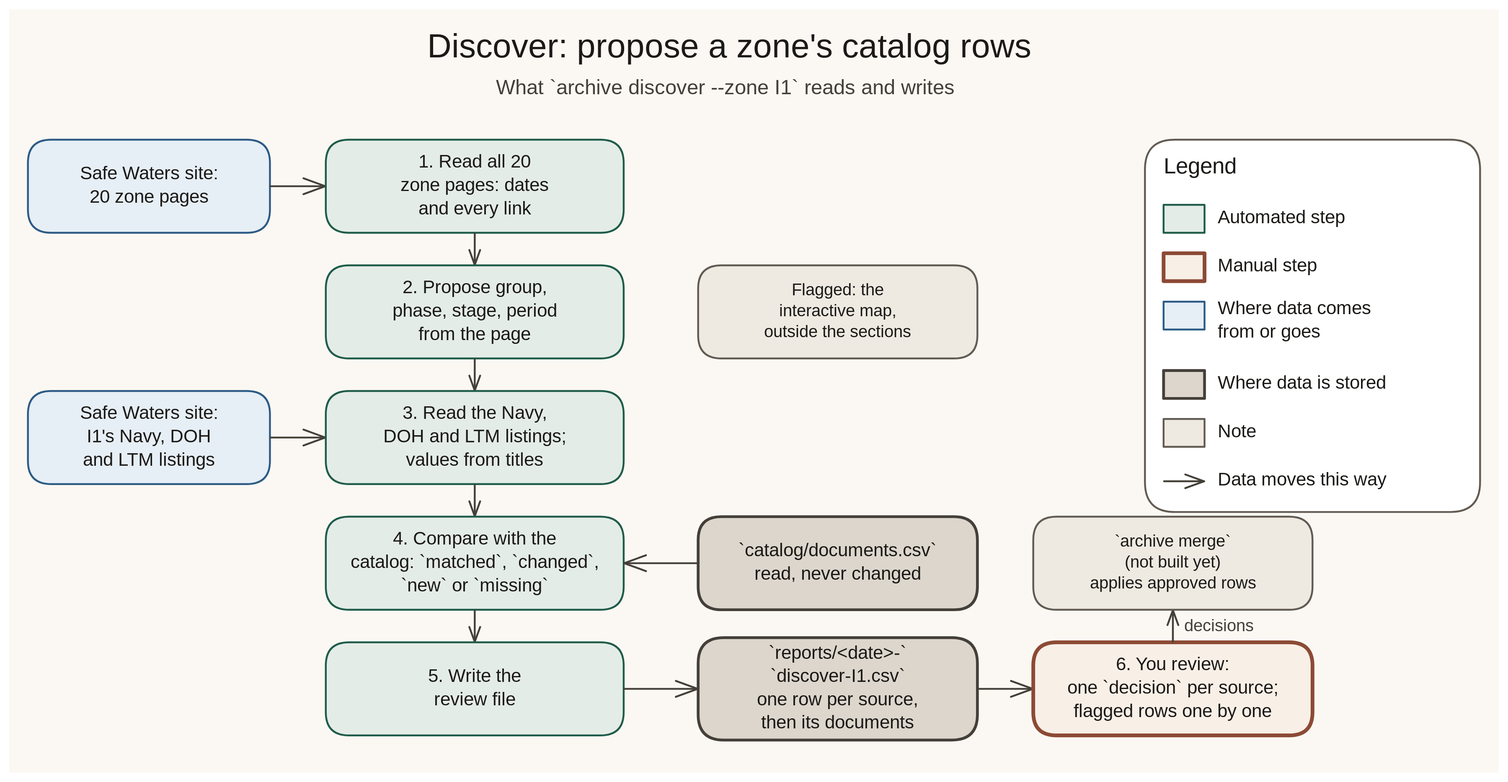
Before: docs/diagrams/svgs/archive-discover.excalidraw.svg, a diagram exported from Excalidraw (alemarieceria/jbphh-dw-archive-pipeline). Source tidied: one line per element, renumbered; positions are measured from the earlier drawing's top-left corner, leaving out a move shared by most shapes. Source of this version:
```json
{"id": 0, "type": "rectangle", "strokeColor": "transparent", "backgroundColor": "#fbf8f3", "fillStyle": "solid", "strokeWidth": 2, "roughness": 0, "x": 0, "y": 0, "width": 1600, "height": 820}
{"id": 1, "type": "text", "text": "Discover: propose a zone's catalog rows", "strokeColor": "#1c1a17", "strokeWidth": 2, "roughness": 0, "fontSize": 36, "fontFamily": 5, "x": 449, "y": 20, "width": 631, "height": 45}
{"id": 2, "type": "text", "text": "What `archive discover --zone I1` reads and writes", "strokeColor": "#443f38", "strokeWidth": 2, "roughness": 0, "fontSize": 22, "fontFamily": 5, "x": 523, "y": 72, "width": 482, "height": 28}
{"id": 3, "type": "rectangle", "strokeColor": "#625b53", "backgroundColor": "#ffffff", "fillStyle": "solid", "strokeWidth": 2, "roughness": 0, "round": true, "x": 1220, "y": 140, "width": 360, "height": 400}
{"id": 4, "type": "text", "text": "Legend", "strokeColor": "#1c1a17", "strokeWidth": 2, "roughness": 0, "fontSize": 24, "fontFamily": 5, "x": 1240, "y": 155, "width": 78, "height": 30}
{"id": 5, "type": "rectangle", "strokeColor": "#1f5c4a", "backgroundColor": "#e4ece7", "fillStyle": "solid", "strokeWidth": 2, "roughness": 0, "x": 1240, "y": 210, "width": 44, "height": 30}
{"id": 6, "type": "text", "text": "Automated step", "strokeColor": "#1c1a17", "strokeWidth": 2, "roughness": 0, "fontSize": 20, "fontFamily": 5, "x": 1298, "y": 212, "width": 142, "height": 25}
{"id": 7, "type": "rectangle", "strokeColor": "#8c4a35", "backgroundColor": "#f8efe7", "fillStyle": "solid", "strokeWidth": 4, "roughness": 0, "x": 1240, "y": 262, "width": 44, "height": 30}
{"id": 8, "type": "text", "text": "Manual step", "strokeColor": "#1c1a17", "strokeWidth": 2, "roughness": 0, "fontSize": 20, "fontFamily": 5, "x": 1298, "y": 264, "width": 109, "height": 25}
{"id": 9, "type": "rectangle", "strokeColor": "#2d5b85", "backgroundColor": "#e6eef6", "fillStyle": "solid", "strokeWidth": 2, "roughness": 0, "x": 1240, "y": 314, "width": 44, "height": 30}
{"id": 10, "type": "text", "text": "Where data comes\nfrom or goes", "strokeColor": "#1c1a17", "strokeWidth": 2, "roughness": 0, "fontSize": 20, "fontFamily": 5, "x": 1298, "y": 310, "width": 165, "height": 50}
{"id": 11, "type": "rectangle", "strokeColor": "#443f38", "backgroundColor": "#dcd6cc", "fillStyle": "solid", "strokeWidth": 3, "roughness": 0, "x": 1240, "y": 388, "width": 44, "height": 30}
{"id": 12, "type": "text", "text": "Where data is stored", "strokeColor": "#1c1a17", "strokeWidth": 2, "roughness": 0, "fontSize": 20, "fontFamily": 5, "x": 1298, "y": 390, "width": 182, "height": 25}
{"id": 13, "type": "rectangle", "strokeColor": "#625b53", "backgroundColor": "#eeeae2", "fillStyle": "solid", "strokeWidth": 2, "roughness": 0, "x": 1240, "y": 440, "width": 44, "height": 30}
{"id": 14, "type": "text", "text": "Note", "strokeColor": "#1c1a17", "strokeWidth": 2, "roughness": 0, "fontSize": 20, "fontFamily": 5, "x": 1298, "y": 442, "width": 44, "height": 25}
{"id": 15, "type": "arrow", "strokeColor": "#443f38", "strokeWidth": 2, "roughness": 0, "endArrowhead": "arrow", "x": 1240, "y": 507, "width": 43, "height": 0, "points": [[0, 0], [43, 0]]}
{"id": 16, "type": "text", "text": "Data moves this way", "strokeColor": "#1c1a17", "strokeWidth": 2, "roughness": 0, "fontSize": 20, "fontFamily": 5, "x": 1298, "y": 494, "width": 181, "height": 25}
{"id": 17, "type": "rectangle", "strokeColor": "#2d5b85", "backgroundColor": "#e6eef6", "fillStyle": "solid", "strokeWidth": 2, "roughness": 0, "round": true, "x": 20, "y": 140, "width": 260, "height": 100}
{"id": 18, "type": "arrow", "strokeColor": "#443f38", "strokeWidth": 2, "roughness": 0, "endArrowhead": "arrow", "x": 280, "y": 190, "width": 59, "height": 0, "points": [[0, 0], [59, 0]]}
{"id": 19, "type": "rectangle", "strokeColor": "#1f5c4a", "backgroundColor": "#e4ece7", "fillStyle": "solid", "strokeWidth": 2, "roughness": 0, "round": true, "x": 340, "y": 140, "width": 320, "height": 100}
{"id": 20, "type": "arrow", "strokeColor": "#443f38", "strokeWidth": 2, "roughness": 0, "endArrowhead": "arrow", "x": 500, "y": 240, "width": 0, "height": 34, "points": [[0, 0], [0, 34]]}
{"id": 21, "type": "rectangle", "strokeColor": "#1f5c4a", "backgroundColor": "#e4ece7", "fillStyle": "solid", "strokeWidth": 2, "roughness": 0, "round": true, "x": 340, "y": 275, "width": 320, "height": 100}
{"id": 22, "type": "rectangle", "strokeColor": "#625b53", "backgroundColor": "#eeeae2", "fillStyle": "solid", "strokeWidth": 2, "roughness": 0, "round": true, "x": 740, "y": 275, "width": 300, "height": 100}
{"id": 23, "type": "rectangle", "strokeColor": "#2d5b85", "backgroundColor": "#e6eef6", "fillStyle": "solid", "strokeWidth": 2, "roughness": 0, "round": true, "x": 20, "y": 410, "width": 260, "height": 100}
{"id": 24, "type": "arrow", "strokeColor": "#443f38", "strokeWidth": 2, "roughness": 0, "endArrowhead": "arrow", "x": 280, "y": 460, "width": 59, "height": 0, "points": [[0, 0], [59, 0]]}
{"id": 25, "type": "arrow", "strokeColor": "#443f38", "strokeWidth": 2, "roughness": 0, "endArrowhead": "arrow", "x": 500, "y": 376, "width": 0, "height": 34, "points": [[0, 0], [0, 34]]}
{"id": 26, "type": "rectangle", "strokeColor": "#1f5c4a", "backgroundColor": "#e4ece7", "fillStyle": "solid", "strokeWidth": 2, "roughness": 0, "round": true, "x": 340, "y": 410, "width": 320, "height": 100}
{"id": 27, "type": "arrow", "strokeColor": "#443f38", "strokeWidth": 2, "roughness": 0, "endArrowhead": "arrow", "x": 500, "y": 510, "width": 0, "height": 34, "points": [[0, 0], [0, 34]]}
{"id": 28, "type": "rectangle", "strokeColor": "#1f5c4a", "backgroundColor": "#e4ece7", "fillStyle": "solid", "strokeWidth": 2, "roughness": 0, "round": true, "x": 340, "y": 545, "width": 320, "height": 100}
{"id": 29, "type": "rectangle", "strokeColor": "#443f38", "backgroundColor": "#dcd6cc", "fillStyle": "solid", "strokeWidth": 3, "roughness": 0, "round": true, "x": 740, "y": 545, "width": 300, "height": 100}
{"id": 30, "type": "arrow", "strokeColor": "#443f38", "strokeWidth": 2, "roughness": 0, "endArrowhead": "arrow", "x": 740, "y": 595, "width": 79, "height": 0, "points": [[0, 0], [-79, 0]]}
{"id": 31, "type": "arrow", "strokeColor": "#443f38", "strokeWidth": 2, "roughness": 0, "endArrowhead": "arrow", "x": 500, "y": 646, "width": 0, "height": 34, "points": [[0, 0], [0, 34]]}
{"id": 32, "type": "rectangle", "strokeColor": "#1f5c4a", "backgroundColor": "#e4ece7", "fillStyle": "solid", "strokeWidth": 2, "roughness": 0, "round": true, "x": 340, "y": 680, "width": 320, "height": 100}
{"id": 33, "type": "arrow", "strokeColor": "#443f38", "strokeWidth": 2, "roughness": 0, "endArrowhead": "arrow", "x": 660, "y": 730, "width": 79, "height": 0, "points": [[0, 0], [79, 0]]}
{"id": 34, "type": "rectangle", "strokeColor": "#443f38", "backgroundColor": "#dcd6cc", "fillStyle": "solid", "strokeWidth": 3, "roughness": 0, "round": true, "x": 740, "y": 675, "width": 300, "height": 110}
{"id": 35, "type": "arrow", "strokeColor": "#443f38", "strokeWidth": 2, "roughness": 0, "endArrowhead": "arrow", "x": 1040, "y": 730, "width": 59, "height": 0, "points": [[0, 0], [59, 0]]}
{"id": 36, "type": "rectangle", "strokeColor": "#8c4a35", "backgroundColor": "#f8efe7", "fillStyle": "solid", "strokeWidth": 4, "roughness": 0, "round": true, "x": 1100, "y": 680, "width": 300, "height": 100}
{"id": 37, "type": "arrow", "strokeColor": "#443f38", "strokeWidth": 2, "roughness": 0, "endArrowhead": "arrow", "x": 1250, "y": 680, "width": 0, "height": 34, "points": [[0, 0], [0, -34]]}
{"id": 38, "type": "text", "text": "decisions", "strokeColor": "#443f38", "strokeWidth": 2, "roughness": 0, "fontSize": 18, "fontFamily": 5, "x": 1262, "y": 652, "width": 73, "height": 22}
{"id": 39, "type": "rectangle", "strokeColor": "#625b53", "backgroundColor": "#eeeae2", "fillStyle": "solid", "strokeWidth": 2, "roughness": 0, "round": true, "x": 1100, "y": 545, "width": 300, "height": 100}
{"id": 40, "type": "text", "text": "Safe Waters site:\n20 zone pages", "strokeColor": "#1c1a17", "strokeWidth": 2, "roughness": 1, "fontSize": 20, "fontFamily": 5, "textAlign": "center", "verticalAlign": "middle", "inside": 17, "x": 78, "y": 165, "width": 144, "height": 50}
{"id": 41, "type": "text", "text": "1. Read all 20\nzone pages: dates\nand every link", "strokeColor": "#1c1a17", "strokeWidth": 2, "roughness": 1, "fontSize": 20, "fontFamily": 5, "textAlign": "center", "verticalAlign": "middle", "inside": 19, "x": 421, "y": 152, "width": 158, "height": 75}
{"id": 42, "type": "text", "text": "2. Propose group,\nphase, stage, period\nfrom the page", "strokeColor": "#1c1a17", "strokeWidth": 2, "roughness": 1, "fontSize": 20, "fontFamily": 5, "textAlign": "center", "verticalAlign": "middle", "inside": 21, "x": 411, "y": 288, "width": 177, "height": 75}
{"id": 43, "type": "text", "text": "Flagged: the\ninteractive map,\noutside the sections", "strokeColor": "#1c1a17", "strokeWidth": 2, "roughness": 1, "fontSize": 18, "fontFamily": 5, "textAlign": "center", "verticalAlign": "middle", "inside": 22, "x": 811, "y": 291, "width": 159, "height": 68}
{"id": 44, "type": "text", "text": "Safe Waters site:\nI1's Navy, DOH\nand LTM listings", "strokeColor": "#1c1a17", "strokeWidth": 2, "roughness": 1, "fontSize": 20, "fontFamily": 5, "textAlign": "center", "verticalAlign": "middle", "inside": 23, "x": 78, "y": 422, "width": 144, "height": 75}
{"id": 45, "type": "text", "text": "3. Read the Navy,\nDOH and LTM listings;\nvalues from titles", "strokeColor": "#1c1a17", "strokeWidth": 2, "roughness": 1, "fontSize": 20, "fontFamily": 5, "textAlign": "center", "verticalAlign": "middle", "inside": 26, "x": 402, "y": 422, "width": 195, "height": 75}
{"id": 46, "type": "text", "text": "4. Compare with the\ncatalog: `matched`, `changed`,\n`new` or `missing`", "strokeColor": "#1c1a17", "strokeWidth": 2, "roughness": 1, "fontSize": 20, "fontFamily": 5, "textAlign": "center", "verticalAlign": "middle", "inside": 28, "x": 369, "y": 558, "width": 263, "height": 75}
{"id": 47, "type": "text", "text": "`catalog/documents.csv`\nread, never changed", "strokeColor": "#1c1a17", "strokeWidth": 2, "roughness": 1, "fontSize": 20, "fontFamily": 5, "textAlign": "center", "verticalAlign": "middle", "inside": 29, "x": 783, "y": 570, "width": 213, "height": 50}
{"id": 48, "type": "text", "text": "5. Write the\nreview file", "strokeColor": "#1c1a17", "strokeWidth": 2, "roughness": 1, "fontSize": 20, "fontFamily": 5, "textAlign": "center", "verticalAlign": "middle", "inside": 32, "x": 449, "y": 705, "width": 102, "height": 50}
{"id": 49, "type": "text", "text": "`reports/<date>-`\n`discover-I1.csv`\none row per source,\nthen its documents", "strokeColor": "#1c1a17", "strokeWidth": 2, "roughness": 1, "fontSize": 20, "fontFamily": 5, "textAlign": "center", "verticalAlign": "middle", "inside": 34, "x": 803, "y": 680, "width": 174, "height": 100}
{"id": 50, "type": "text", "text": "6. You review:\none `decision` per source;\nflagged rows one by one", "strokeColor": "#1c1a17", "strokeWidth": 2, "roughness": 1, "fontSize": 20, "fontFamily": 5, "textAlign": "center", "verticalAlign": "middle", "inside": 36, "x": 1138, "y": 692, "width": 225, "height": 75}
{"id": 51, "type": "text", "text": "`archive merge`\n(not built yet)\napplies approved rows", "strokeColor": "#1c1a17", "strokeWidth": 2, "roughness": 1, "fontSize": 18, "fontFamily": 5, "textAlign": "center", "verticalAlign": "middle", "inside": 39, "x": 1161, "y": 561, "width": 179, "height": 68}
```
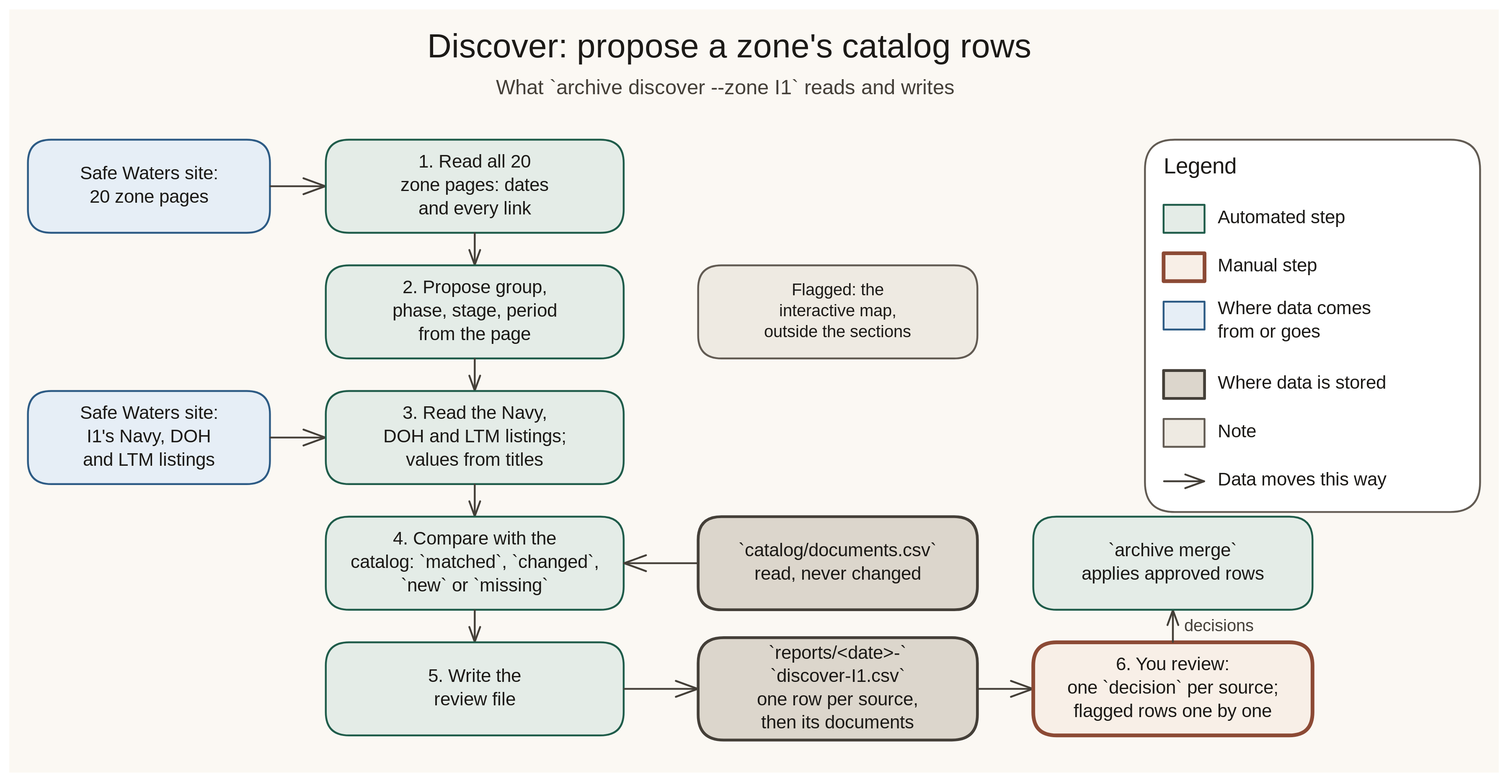
After the change.

What changed in the source:
```diff
@@ -37,7 +37,7 @@
 {"id": 36, "type": "rectangle", "strokeColor": "#8c4a35", "backgroundColor": "#f8efe7", "fillStyle": "solid", "strokeWidth": 4, "roughness": 0, "round": true, "x": 1100, "y": 680, "width": 300, "height": 100}
 {"id": 37, "type": "arrow", "strokeColor": "#443f38", "strokeWidth": 2, "roughness": 0, "endArrowhead": "arrow", "x": 1250, "y": 680, "width": 0, "height": 34, "points": [[0, 0], [0, -34]]}
 {"id": 38, "type": "text", "text": "decisions", "strokeColor": "#443f38", "strokeWidth": 2, "roughness": 0, "fontSize": 18, "fontFamily": 5, "x": 1262, "y": 652, "width": 73, "height": 22}
-{"id": 39, "type": "rectangle", "strokeColor": "#625b53", "backgroundColor": "#eeeae2", "fillStyle": "solid", "strokeWidth": 2, "roughness": 0, "round": true, "x": 1100, "y": 545, "width": 300, "height": 100}
+{"id": 39, "type": "rectangle", "strokeColor": "#1f5c4a", "backgroundColor": "#e4ece7", "fillStyle": "solid", "strokeWidth": 2, "roughness": 0, "round": true, "x": 1100, "y": 545, "width": 300, "height": 100}
 {"id": 40, "type": "text", "text": "Safe Waters site:\n20 zone pages", "strokeColor": "#1c1a17", "strokeWidth": 2, "roughness": 1, "fontSize": 20, "fontFamily": 5, "textAlign": "center", "verticalAlign": "middle", "inside": 17, "x": 78, "y": 165, "width": 144, "height": 50}
 {"id": 41, "type": "text", "text": "1. Read all 20\nzone pages: dates\nand every link", "strokeColor": "#1c1a17", "strokeWidth": 2, "roughness": 1, "fontSize": 20, "fontFamily": 5, "textAlign": "center", "verticalAlign": "middle", "inside": 19, "x": 421, "y": 152, "width": 158, "height": 75}
 {"id": 42, "type": "text", "text": "2. Propose group,\nphase, stage, period\nfrom the page", "strokeColor": "#1c1a17", "strokeWidth": 2, "roughness": 1, "fontSize": 20, "fontFamily": 5, "textAlign": "center", "verticalAlign": "middle", "inside": 21, "x": 411, "y": 288, "width": 177, "height": 75}
@@ -49,4 +49,4 @@
 {"id": 48, "type": "text", "text": "5. Write the\nreview file", "strokeColor": "#1c1a17", "strokeWidth": 2, "roughness": 1, "fontSize": 20, "fontFamily": 5, "textAlign": "center", "verticalAlign": "middle", "inside": 32, "x": 449, "y": 705, "width": 102, "height": 50}
 {"id": 49, "type": "text", "text": "`reports/<date>-`\n`discover-I1.csv`\none row per source,\nthen its documents", "strokeColor": "#1c1a17", "strokeWidth": 2, "roughness": 1, "fontSize": 20, "fontFamily": 5, "textAlign": "center", "verticalAlign": "middle", "inside": 34, "x": 803, "y": 680, "width": 174, "height": 100}
 {"id": 50, "type": "text", "text": "6. You review:\none `decision` per source;\nflagged rows one by one", "strokeColor": "#1c1a17", "strokeWidth": 2, "roughness": 1, "fontSize": 20, "fontFamily": 5, "textAlign": "center", "verticalAlign": "middle", "inside": 36, "x": 1138, "y": 692, "width": 225, "height": 75}
-{"id": 51, "type": "text", "text": "`archive merge`\n(not built yet)\napplies approved rows", "strokeColor": "#1c1a17", "strokeWidth": 2, "roughness": 1, "fontSize": 18, "fontFamily": 5, "textAlign": "center", "verticalAlign": "middle", "inside": 39, "x": 1161, "y": 561, "width": 179, "height": 68}
+{"id": 52, "type": "text", "text": "`archive merge`\napplies approved rows", "strokeColor": "#1c1a17", "strokeWidth": 2, "roughness": 1, "fontSize": 20, "fontFamily": 5, "textAlign": "center", "verticalAlign": "middle", "inside": 39, "x": 1151, "y": 570, "width": 198, "height": 50}
```
